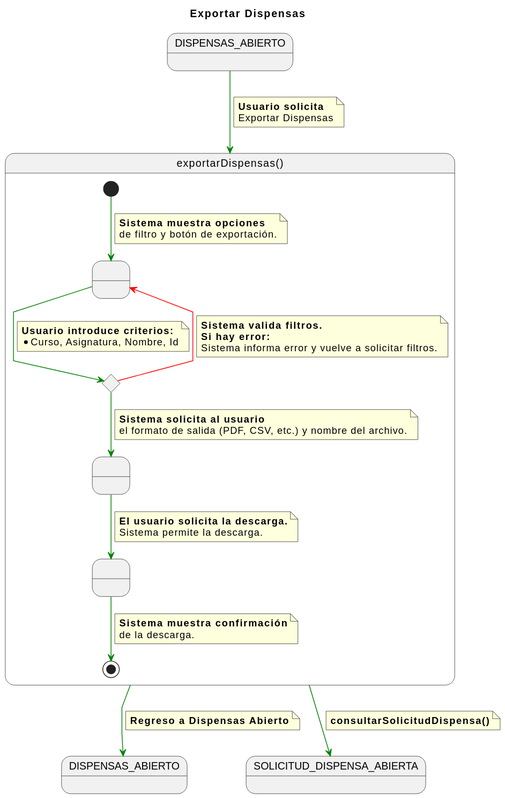
This is documents/CasosDeUso/DetalladoCasosDeUso/Secretaria/exportarDispensas.svg from enmabry/25-26-IdSw1-SdR, a PlantUML export, as it was before one commit.
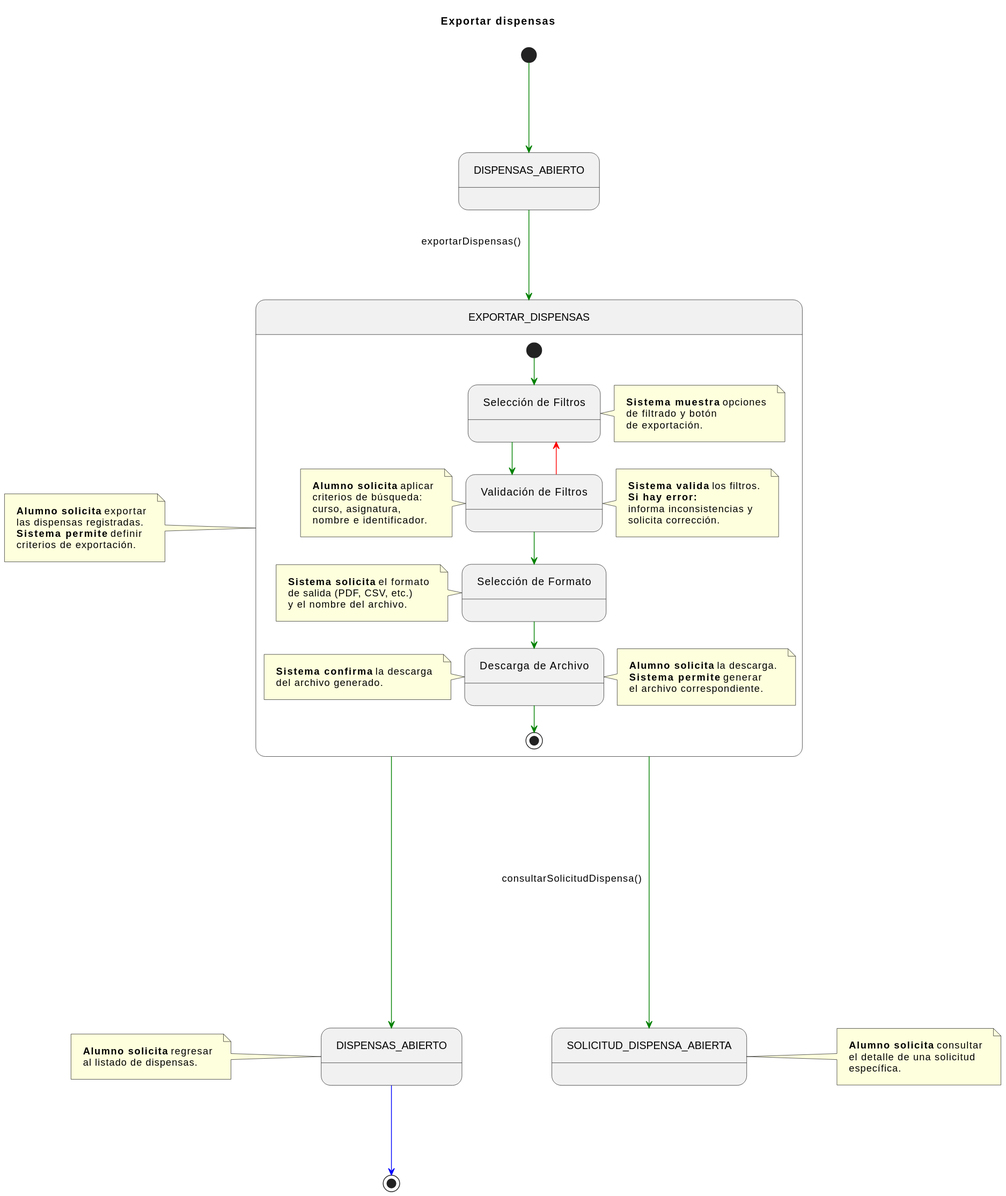
After the commit.

What changed in the source:
```diff
@@ -1,72 +1,103 @@
 @startuml
-title Exportar Dispensas
+title Exportar dispensas
 
-skinparam linetype polyline
 
-state startState as "DISPENSAS_ABIERTO"
-state endState1 as "DISPENSAS_ABIERTO"
-state endState2 as "SOLICITUD_DISPENSA_ABIERTA"
+skinparam nodesep 120
+skinparam ranksep 120
+skinparam linetype ortho
+skinparam Padding 10
 
-startState -[#green]-> exportarDispensas
-note on link
-    <b>Usuario solicita</b>
-    Exportar Dispensas
+state DISPENSAS_ABIERTO_INICIAL      as "DISPENSAS_ABIERTO"
+state EXPORTAR_DISPENSAS_COMP        as "EXPORTAR_DISPENSAS"
+state DISPENSAS_ABIERTO_FINAL        as "DISPENSAS_ABIERTO"
+state SOLICITUD_DISPENSA_ABIERTA_FINAL as "SOLICITUD_DISPENSA_ABIERTA"
+
+[*] -[#green]-> DISPENSAS_ABIERTO_INICIAL
+
+DISPENSAS_ABIERTO_INICIAL -[#green]-> EXPORTAR_DISPENSAS_COMP : exportarDispensas()
+
+note left of EXPORTAR_DISPENSAS_COMP
+    <b>Alumno solicita</b> exportar
+    las dispensas registradas.
+    <b>Sistema permite</b> definir
+    criterios de exportación.
 end note
 
-state exportarDispensas as "exportarDispensas()" {
-    state SolicitudFiltros as " "
-    state ValidarFiltros <<choice>>
-    state SolicitudFormato as " "
-    state Descarga as " "
+
+state EXPORTAR_DISPENSAS_COMP {
+
+    state SolicitudFiltros   as "Selección de Filtros"
+    state ValidarFiltros     as "Validación de Filtros"
+    state SolicitudFormato   as "Selección de Formato"
+    state Descarga           as "Descarga de Archivo"
 
     [*] -[#green]-> SolicitudFiltros
-    note on link
-        <b>Sistema muestra opciones</b>
-        de filtro y botón de exportación.
+
+    note right of SolicitudFiltros
+        <b>Sistema muestra</b> opciones
+        de filtrado y botón
+        de exportación.
     end note
 
     SolicitudFiltros -[#green]-> ValidarFiltros
-    note on link
-        <b>Usuario introduce criterios:</b>
-        * Curso, Asignatura, Nombre, Id
+
+    note left of ValidarFiltros
+        <b>Alumno solicita</b> aplicar
+        criterios de búsqueda:
+        curso, asignatura,
+        nombre e identificador.
     end note
 
     ValidarFiltros -[#red]-> SolicitudFiltros
-    note on link
-        <b>Sistema valida filtros.</b>
+
+    note right of ValidarFiltros
+        <b>Sistema valida</b> los filtros.
         <b>Si hay error:</b>
-        Sistema informa error y vuelve a solicitar filtros.
+        informa inconsistencias y
+        solicita corrección.
     end note
 
     ValidarFiltros -[#green]-> SolicitudFormato
 
-    note on link
-        <b>Sistema solicita al usuario</b>
-        el formato de salida (PDF, CSV, etc.) y nombre del archivo.
+    note left of SolicitudFormato
+        <b>Sistema solicita</b> el formato
+        de salida (PDF, CSV, etc.)
+        y el nombre del archivo.
     end note
 
     SolicitudFormato -[#green]-> Descarga
 
-    note on link
-        <b>El usuario solicita la descarga.</b>
-        Sistema permite la descarga.
+    note right of Descarga
+        <b>Alumno solicita</b> la descarga.
+        <b>Sistema permite</b> generar
+        el archivo correspondiente.
     end note
 
     Descarga -[#green]-> [*]
-    note on link
-        <b>Sistema muestra confirmación</b>
-        de la descarga.
+
+    note left of Descarga
+        <b>Sistema confirma</b> la descarga
+        del archivo generado.
     end note
 }
 
 
-exportarDispensas -[#green]-> endState1
-note on link
-    <b>Regreso a Dispensas Abierto</b>
+EXPORTAR_DISPENSAS_COMP -[#green]---> DISPENSAS_ABIERTO_FINAL
+
+note left of DISPENSAS_ABIERTO_FINAL
+    <b>Alumno solicita</b> regresar
+    al listado de dispensas.
 end note
 
-exportarDispensas -[#green]-> endState2
-note on link
-    <b>consultarSolicitudDispensa()</b>
+
+EXPORTAR_DISPENSAS_COMP -[#green]---> SOLICITUD_DISPENSA_ABIERTA_FINAL : consultarSolicitudDispensa()
+
+note right of SOLICITUD_DISPENSA_ABIERTA_FINAL
+    <b>Alumno solicita</b> consultar
+    el detalle de una solicitud
+    específica.
 end note
+
+
+DISPENSAS_ABIERTO_FINAL -[#blue]-> [*]
 @enduml
```
